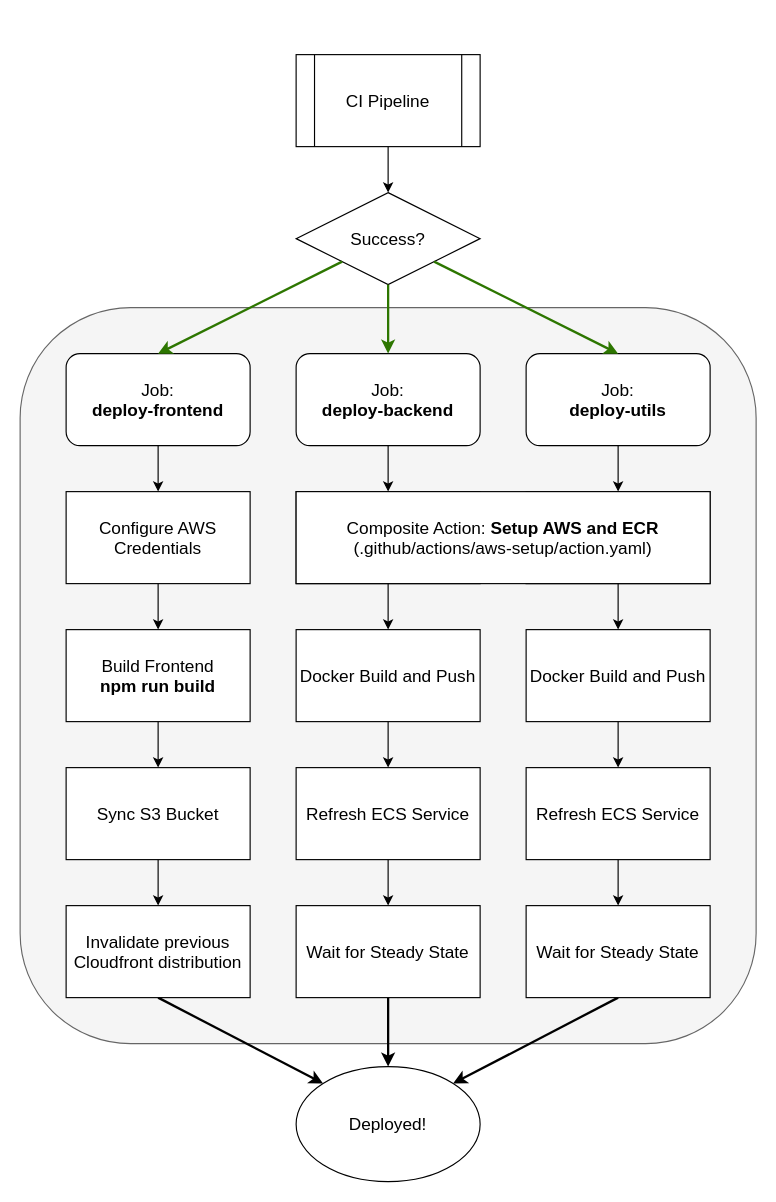
Before: 06-Diagrams/CD.drawio in corey-richardson/comp3000, a draw.io diagram. Source tidied: cells renumbered, new cells numbered last; positions are measured from the earlier drawing's top-left corner, leaving out a move shared by most shapes. Both pictures are drawn from the tidied source at 115%, with x=0, y=0 at pixel (20, 54).
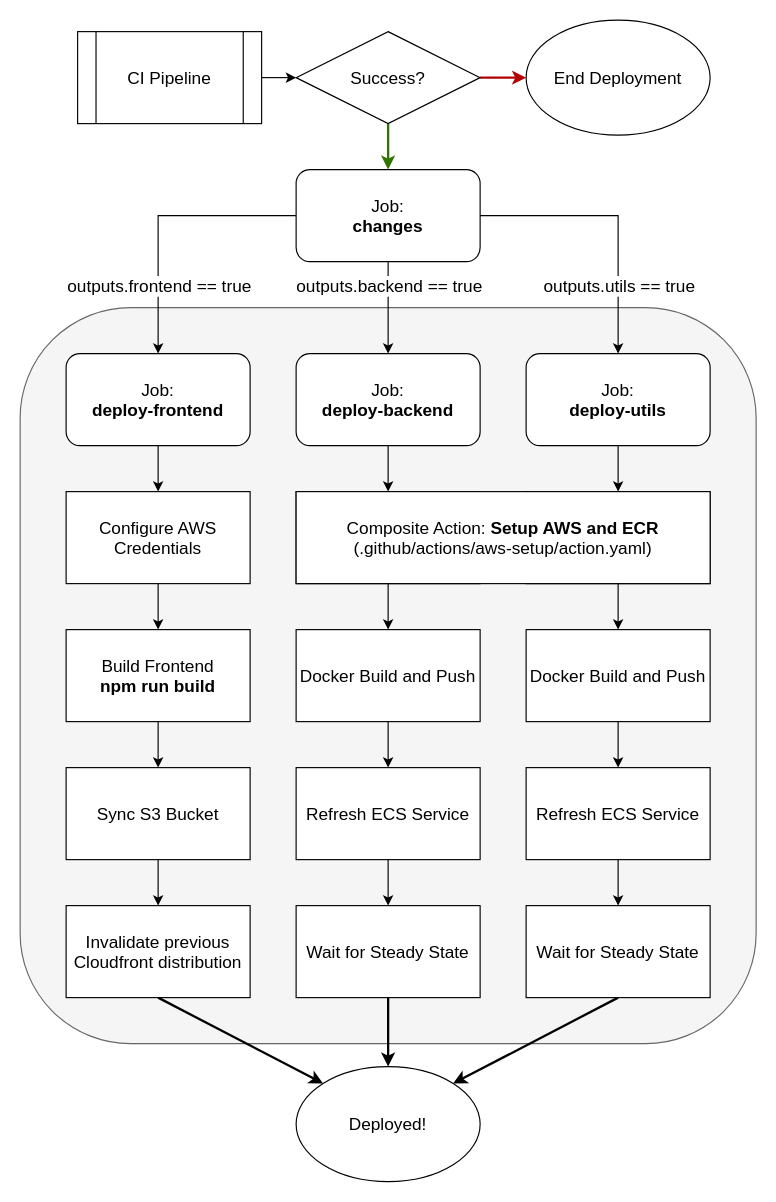
The same diagram, later.

The change refers to these unchanged cells:
```xml
<mxCell id="9" value="Job:&lt;div&gt;&lt;b&gt;deploy-backend&lt;/b&gt;&lt;/div&gt;" style="rounded=1;whiteSpace=wrap;html=1;fontSize=15;" parent="1" vertex="1">
  <mxGeometry x="240" y="260" width="160" height="80" as="geometry" />
</mxCell>
<mxCell id="11" value="Job:&lt;div&gt;&lt;b&gt;deploy-utils&lt;/b&gt;&lt;/div&gt;" style="rounded=1;whiteSpace=wrap;html=1;fontSize=15;" parent="1" vertex="1">
  <mxGeometry x="440" y="260" width="160" height="80" as="geometry" />
</mxCell>
<mxCell id="13" value="Job:&lt;div&gt;&lt;b&gt;deploy-frontend&lt;/b&gt;&lt;/div&gt;" style="rounded=1;whiteSpace=wrap;html=1;fontSize=15;" parent="1" vertex="1">
  <mxGeometry x="40" y="260" width="160" height="80" as="geometry" />
</mxCell>
```

Diff of the diagram source:
```diff
@@
-    <mxCell id="5" style="edgeStyle=orthogonalEdgeStyle;rounded=0;jettySize=auto;html=1;exitX=0.5;exitY=1;exitDx=0;exitDy=0;entryX=0.5;entryY=0;entryDx=0;entryDy=0;" parent="1" edge="1" source="6" target="7">
+    <mxCell id="5" style="edgeStyle=orthogonalEdgeStyle;rounded=0;jettySize=auto;html=1;exitX=1;exitY=0.5;exitDx=0;exitDy=0;entryX=0;entryY=0.5;entryDx=0;entryDy=0;" parent="1" edge="1" source="6" target="7">
       <mxGeometry relative="1" as="geometry" />
     </mxCell>
     <mxCell id="6" value="CI Pipeline" style="shape=process;whiteSpace=wrap;html=1;backgroundOutline=1;fontSize=15;" parent="1" vertex="1">
-      <mxGeometry x="240" width="160" height="80" as="geometry" />
+      <mxGeometry x="50" y="-20" width="160" height="80" as="geometry" />
     </mxCell>
+    <mxCell id="41" style="edgeStyle=orthogonalEdgeStyle;rounded=0;jettySize=auto;html=1;exitX=0.5;exitY=1;exitDx=0;exitDy=0;entryX=0.5;entryY=0;entryDx=0;entryDy=0;strokeWidth=2;fillColor=#60a917;strokeColor=#2D7600;" parent="1" edge="1" source="7" target="49">
+      <mxGeometry relative="1" as="geometry" />
+    </mxCell>
+    <mxCell id="42" style="edgeStyle=orthogonalEdgeStyle;rounded=0;jettySize=auto;html=1;exitX=1;exitY=0.5;exitDx=0;exitDy=0;entryX=0;entryY=0.5;entryDx=0;entryDy=0;fillColor=#e51400;strokeColor=#B20000;strokeWidth=2;" parent="1" edge="1" source="7" target="50">
+      <mxGeometry relative="1" as="geometry" />
+    </mxCell>
     <mxCell id="7" value="Success?" style="rhombus;whiteSpace=wrap;html=1;fontSize=15;" parent="1" vertex="1">
-      <mxGeometry x="240" y="120" width="160" height="80" as="geometry" />
+      <mxGeometry x="240" y="-20" width="160" height="80" as="geometry" />
     </mxCell>
@@
-    <mxCell id="36" style="rounded=0;jettySize=auto;html=1;exitX=0;exitY=1;exitDx=0;exitDy=0;entryX=0.5;entryY=0;entryDx=0;entryDy=0;strokeWidth=2;fillColor=#60a917;strokeColor=#2D7600;" parent="1" edge="1" source="7" target="13">
-      <mxGeometry relative="1" as="geometry" />
-    </mxCell>
-    <mxCell id="37" style="edgeStyle=orthogonalEdgeStyle;rounded=0;jettySize=auto;html=1;exitX=0.5;exitY=1;exitDx=0;exitDy=0;entryX=0.5;entryY=0;entryDx=0;entryDy=0;strokeWidth=2;fillColor=#60a917;strokeColor=#2D7600;" parent="1" edge="1" source="7" target="9">
-      <mxGeometry relative="1" as="geometry" />
-    </mxCell>
-    <mxCell id="38" style="rounded=0;jettySize=auto;html=1;exitX=1;exitY=1;exitDx=0;exitDy=0;entryX=0.5;entryY=0;entryDx=0;entryDy=0;strokeWidth=2;fillColor=#60a917;strokeColor=#2D7600;" parent="1" edge="1" source="7" target="11">
-      <mxGeometry relative="1" as="geometry" />
-    </mxCell>
@@
+    <mxCell id="43" style="edgeStyle=orthogonalEdgeStyle;rounded=0;jettySize=auto;html=1;exitX=0.5;exitY=1;exitDx=0;exitDy=0;entryX=0.5;entryY=0;entryDx=0;entryDy=0;" parent="1" edge="1" source="49" target="9">
+      <mxGeometry relative="1" as="geometry" />
+    </mxCell>
+    <mxCell id="44" value="&lt;span style=&quot;font-size: 15px;&quot;&gt;outputs.backend == true&lt;/span&gt;" style="edgeLabel;html=1;align=center;verticalAlign=middle;" parent="43" vertex="1">
+      <mxGeometry x="-0.45" y="1" relative="1" as="geometry">
+        <mxPoint x="-1" y="-2" as="offset" />
+      </mxGeometry>
+    </mxCell>
+    <mxCell id="45" style="edgeStyle=orthogonalEdgeStyle;rounded=0;jettySize=auto;html=1;exitX=1;exitY=0.5;exitDx=0;exitDy=0;entryX=0.5;entryY=0;entryDx=0;entryDy=0;" parent="1" edge="1" source="49" target="11">
+      <mxGeometry relative="1" as="geometry" />
+    </mxCell>
+    <mxCell id="46" value="&lt;span style=&quot;font-size: 15px;&quot;&gt;outputs.utils == true&lt;/span&gt;" style="edgeLabel;html=1;align=center;verticalAlign=middle;" parent="45" vertex="1">
+      <mxGeometry x="0.52" y="-1" relative="1" as="geometry">
+        <mxPoint x="1" y="-2" as="offset" />
+      </mxGeometry>
+    </mxCell>
+    <mxCell id="47" style="edgeStyle=orthogonalEdgeStyle;rounded=0;jettySize=auto;html=1;exitX=0;exitY=0.5;exitDx=0;exitDy=0;entryX=0.5;entryY=0;entryDx=0;entryDy=0;" parent="1" edge="1" source="49" target="13">
+      <mxGeometry relative="1" as="geometry" />
+    </mxCell>
+    <mxCell id="48" value="&lt;font style=&quot;font-size: 15px;&quot;&gt;outputs.frontend == true&lt;/font&gt;" style="edgeLabel;html=1;align=center;verticalAlign=middle;" parent="47" vertex="1">
+      <mxGeometry x="0.51" y="-2" relative="1" as="geometry">
+        <mxPoint x="2" y="-1" as="offset" />
+      </mxGeometry>
+    </mxCell>
+    <mxCell id="49" value="Job:&lt;div&gt;&lt;b&gt;changes&lt;/b&gt;&lt;/div&gt;" style="rounded=1;whiteSpace=wrap;html=1;fontSize=15;" parent="1" vertex="1">
+      <mxGeometry x="240" y="100" width="160" height="80" as="geometry" />
+    </mxCell>
+    <mxCell id="50" value="&lt;font style=&quot;font-size: 15px;&quot;&gt;End Deployment&lt;/font&gt;" style="ellipse;whiteSpace=wrap;html=1;" parent="1" vertex="1">
+      <mxGeometry x="440" y="-30" width="160" height="100" as="geometry" />
+    </mxCell>
```
